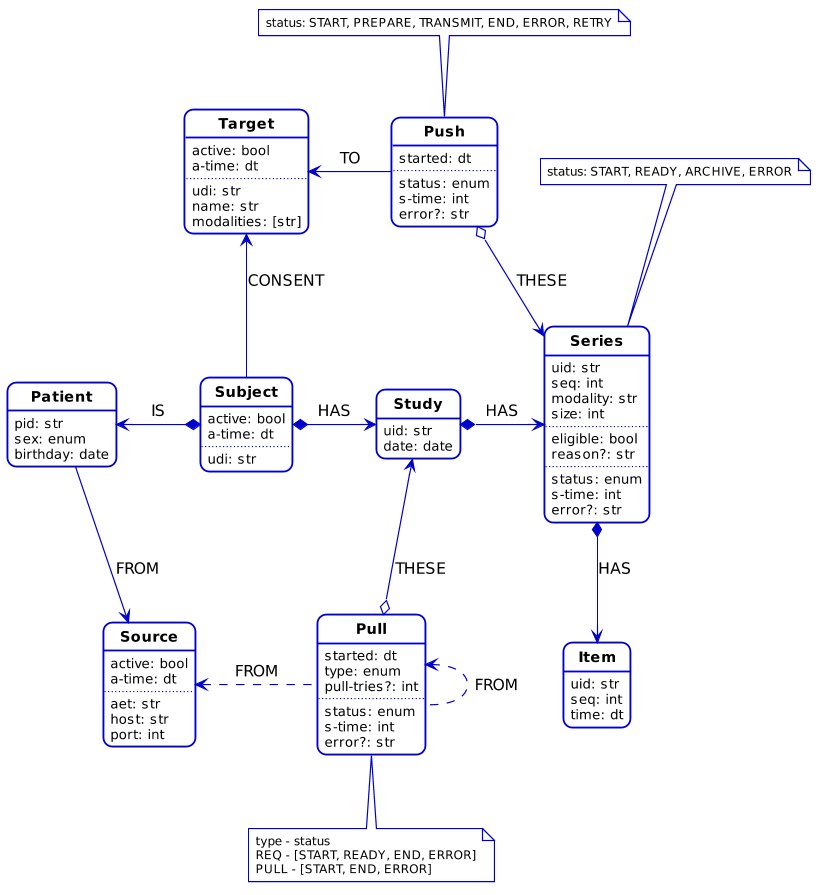
Above: docs/pull-push.png in shumy-tools/cad-proxy (PlantUML), before the change.
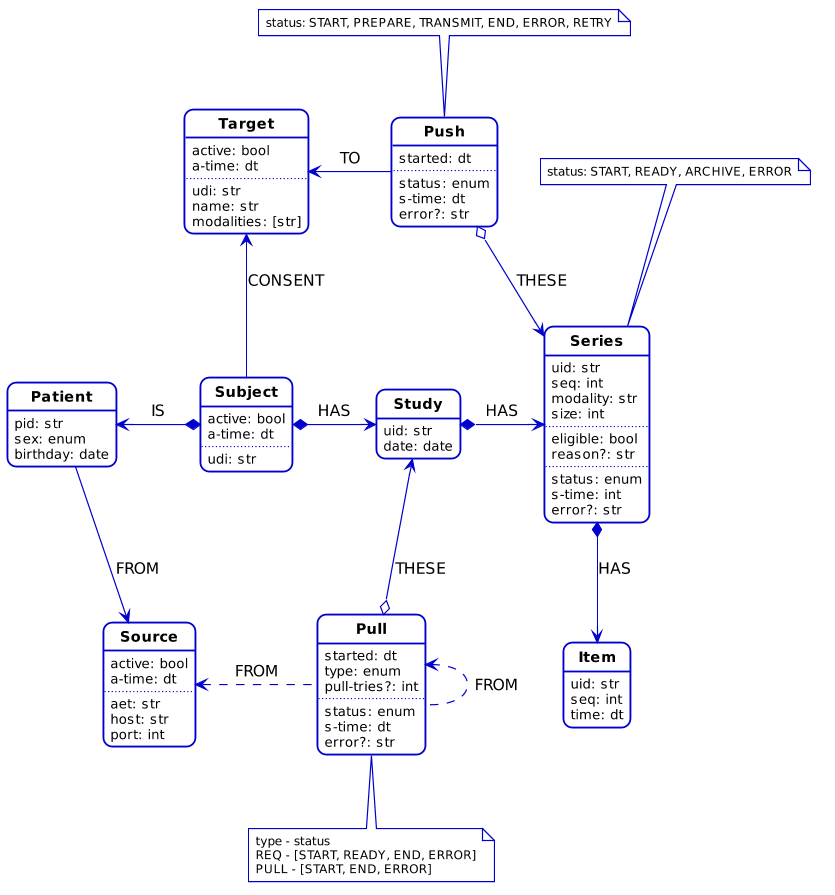
Above is the later version.

The edit, as a diff of the source:
```diff
@@ -44,7 +44,7 @@
   pull-tries?: int
   ..
   status: enum
-  s-time: int
+  s-time: dt
   error?: str
 }
 note bottom
@@ -98,7 +98,7 @@
   started: dt
   ..
   status: enum
-  s-time: int
+  s-time: dt
   error?: str
 }
 note top
```
